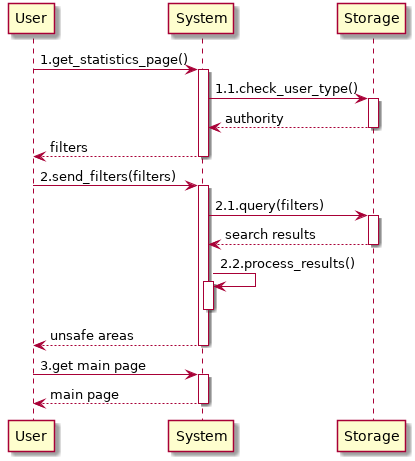
The PlantUML diagram RASD/images/useCases/information_mining_by_officers.png in GiorgioUghini/SafeStreets, before a commit. The source it was exported from:
```plantuml
@startuml information_mining_by_officers
    participant User as U
    participant System as S
    participant Storage as ST

    autoactivate on

    U -> S: 1.get_statistics_page()
    S -> ST: 1.1.check_user_type()
    return authority
    return filters
    U -> S: 2.send_filters(filters)
    S -> ST: 2.1.query(filters)
    return search results
    S -> S: 2.2.process_results()
    deactivate S
    return unsafe areas
    U -> S: 3.get main page
    return main page
@enduml
```
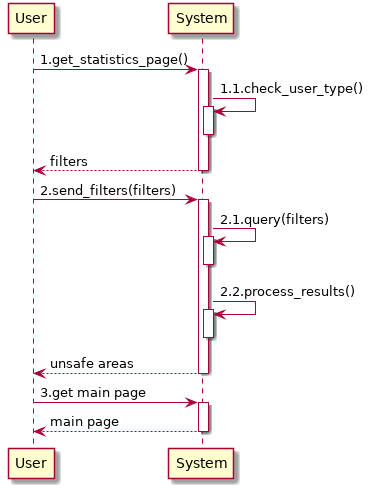
Above is the later version.

Change to the diagram source:
```diff
@@ -1,17 +1,16 @@
 @startuml information_mining_by_officers
     participant User as U
     participant System as S
-    participant Storage as ST
 
     autoactivate on
 
     U -> S: 1.get_statistics_page()
-    S -> ST: 1.1.check_user_type()
-    return authority
+    S -> S: 1.1.check_user_type()
+    deactivate S
     return filters
     U -> S: 2.send_filters(filters)
-    S -> ST: 2.1.query(filters)
-    return search results
+    S -> S: 2.1.query(filters)
+    deactivate S
     S -> S: 2.2.process_results()
     deactivate S
     return unsafe areas
```
